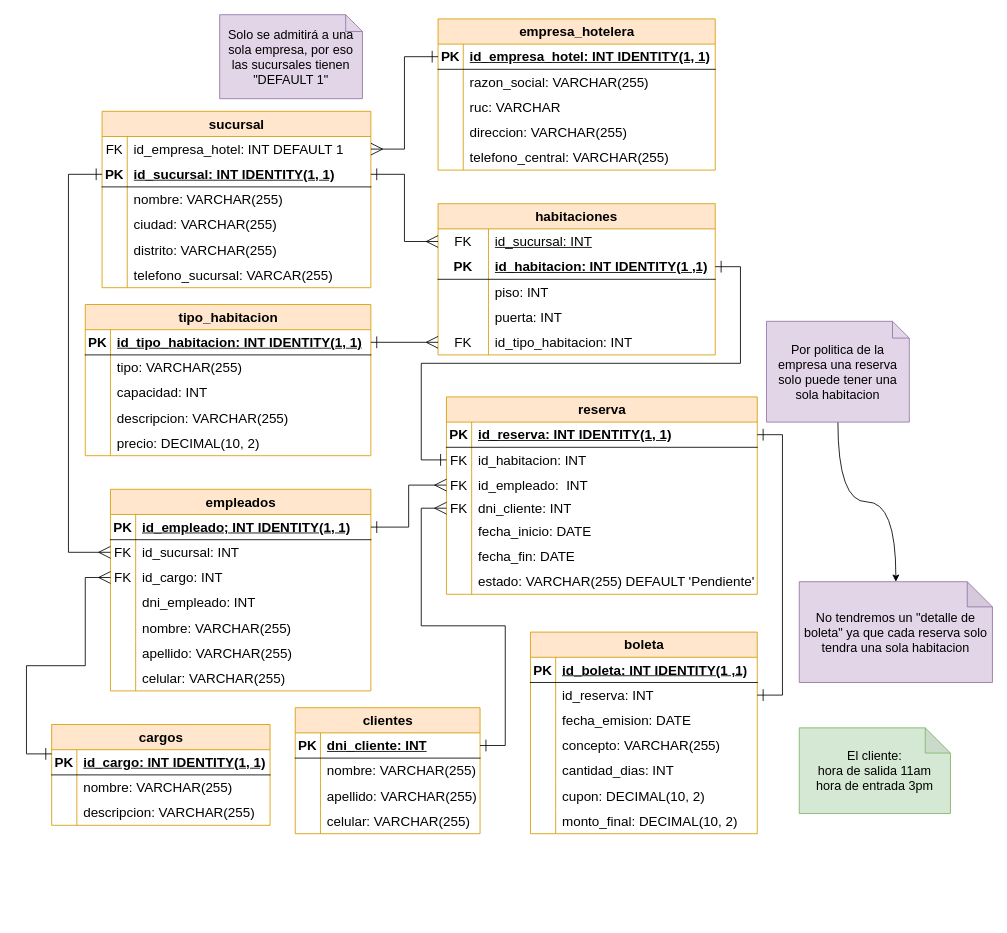
Before: Base de Datos/DER - TravelEasy.drawio in Leo-Spj/Sistema-Gestor-de-Reservas-Hoteleras, a draw.io diagram. Source tidied: cells renumbered, new cells numbered last; positions are measured from the earlier drawing's top-left corner, leaving out a move shared by most shapes. Both pictures are drawn from the tidied source at 84%, with x=0, y=0 at pixel (26, 14).
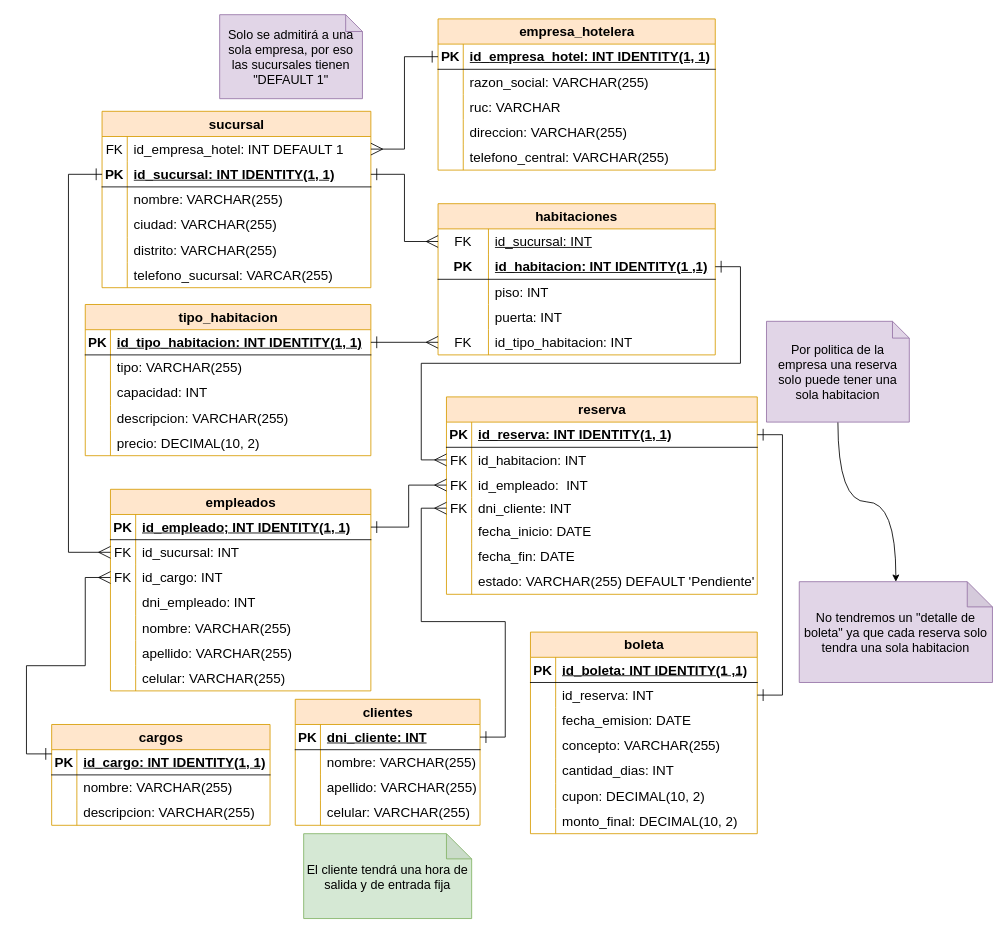
Above is the later version.

Unchanged cells that the change refers to:
```xml
<mxCell id="41" style="shape=tableRow;horizontal=0;startSize=0;swimlaneHead=0;swimlaneBody=0;fillColor=none;points=[[0,0.5],[1,0.5]];portConstraint=eastwest;top=0;left=0;right=0;bottom=1;html=1;fontSize=16;" parent="37" vertex="1">
  <mxGeometry y="60" width="330" height="30" as="geometry" />
</mxCell>
<mxCell id="70" style="shape=tableRow;horizontal=0;startSize=0;swimlaneHead=0;swimlaneBody=0;fillColor=none;points=[[0,0.5],[1,0.5]];portConstraint=eastwest;top=0;left=0;right=0;bottom=0;fontSize=16;" parent="66" vertex="1">
  <mxGeometry y="60" width="370" height="30" as="geometry" />
</mxCell>
```

The edit, as a diff of the source:
```diff
@@
     <mxCell id="53" value="clientes" style="shape=table;startSize=30;childLayout=tableLayout;rowLines=0;fontStyle=1;align=center;html=1;fontSize=16;fillColor=#ffe6cc;strokeColor=#d79b00;" parent="1" vertex="1">
-      <mxGeometry x="320" y="825" width="220" height="150" as="geometry" />
+      <mxGeometry x="320" y="815" width="220" height="150" as="geometry" />
     </mxCell>
@@
-    <mxCell id="91" style="rounded=0;jettySize=auto;html=1;fontSize=16;endArrow=ERone;endFill=0;endSize=12;startSize=12;startArrow=ERone;startFill=0;edgeStyle=orthogonalEdgeStyle;" parent="1" edge="1" source="41" target="70">
+    <mxCell id="91" style="rounded=0;jettySize=auto;html=1;fontSize=16;endArrow=ERmany;endFill=0;endSize=12;startSize=12;startArrow=ERone;startFill=0;edgeStyle=orthogonalEdgeStyle;" parent="1" edge="1" source="41" target="70">
       <mxGeometry relative="1" as="geometry" />
     </mxCell>
@@
-    <mxCell id="172" value="&lt;font style=&quot;font-size: 15px;&quot;&gt;El cliente:&lt;br&gt;hora de salida 11am&lt;br style=&quot;font-size: 15px;&quot;&gt;hora de entrada 3pm&lt;br&gt;&lt;/font&gt;" style="shape=note;whiteSpace=wrap;html=1;backgroundOutline=1;darkOpacity=0.05;fontSize=15;fillColor=#d5e8d4;strokeColor=#82b366;" parent="1" vertex="1">
-      <mxGeometry x="920" y="849" width="180" height="102" as="geometry" />
+    <mxCell id="172" value="&lt;font style=&quot;font-size: 15px;&quot;&gt;El cliente tendrá una hora de salida y de entrada fija&lt;br&gt;&lt;/font&gt;" style="shape=note;whiteSpace=wrap;html=1;backgroundOutline=1;darkOpacity=0.05;fontSize=15;fillColor=#d5e8d4;strokeColor=#82b366;" parent="1" vertex="1">
+      <mxGeometry x="330" y="975" width="200" height="101" as="geometry" />
     </mxCell>
```
